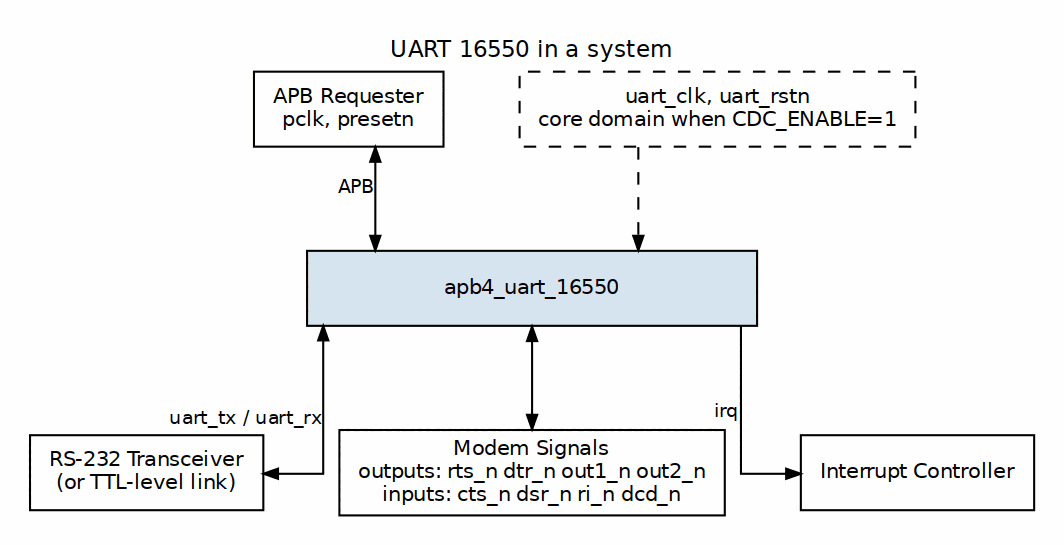
Before: projects/components/legacy-ip/retro_legacy_blocks/docs/uart_16550_mas/assets/graphviz/uart_system_context.png, a diagram exported from Graphviz (sean-galloway/RTLDesignSherpa). Its source is kept beside it as projects/components/legacy-ip/retro_legacy_blocks/docs/uart_16550_mas/assets/graphviz/uart_system_context.dot. Source of this version:
```dot
digraph uart_system_context {
    graph [rankdir=TB, bgcolor="white", fontname="Helvetica", fontsize=11, nodesep="0.5", ranksep="0.7", splines=ortho, newrank=true, labelloc=t, labeljust=c, pad="0.2", label="UART 16550 in a system"];
    node  [fontname="Helvetica", fontsize=10, shape=box, style=filled, fillcolor="#D6E4F0", color="black", margin="0.12,0.06"];
    edge  [fontname="Helvetica", fontsize=9, color="black", arrowsize=0.7];
    host [label="APB Requester\npclk, presetn", fillcolor="white"];
    clk  [label="uart_clk, uart_rstn\ncore domain when CDC_ENABLE=1", fillcolor="white", style="filled,dashed"];
    uart [label="apb4_uart_16550", width=3];
    xcvr [label="RS-232 Transceiver\n(or TTL-level link)", fillcolor="white"];
    modem [label="Modem Signals\noutputs: rts_n dtr_n out1_n out2_n\ninputs: cts_n dsr_n ri_n dcd_n", fillcolor="white"];
    ic   [label="Interrupt Controller", fillcolor="white"];
    host -> uart [dir=both, xlabel="APB"];
    clk  -> uart [style=dashed];
    uart -> xcvr [dir=both, xlabel="uart_tx / uart_rx"];
    uart -> modem [dir=both];
    uart -> ic   [xlabel="irq"];
    { rank=same; host; clk; }
    { rank=same; xcvr; modem; ic; }
}
```
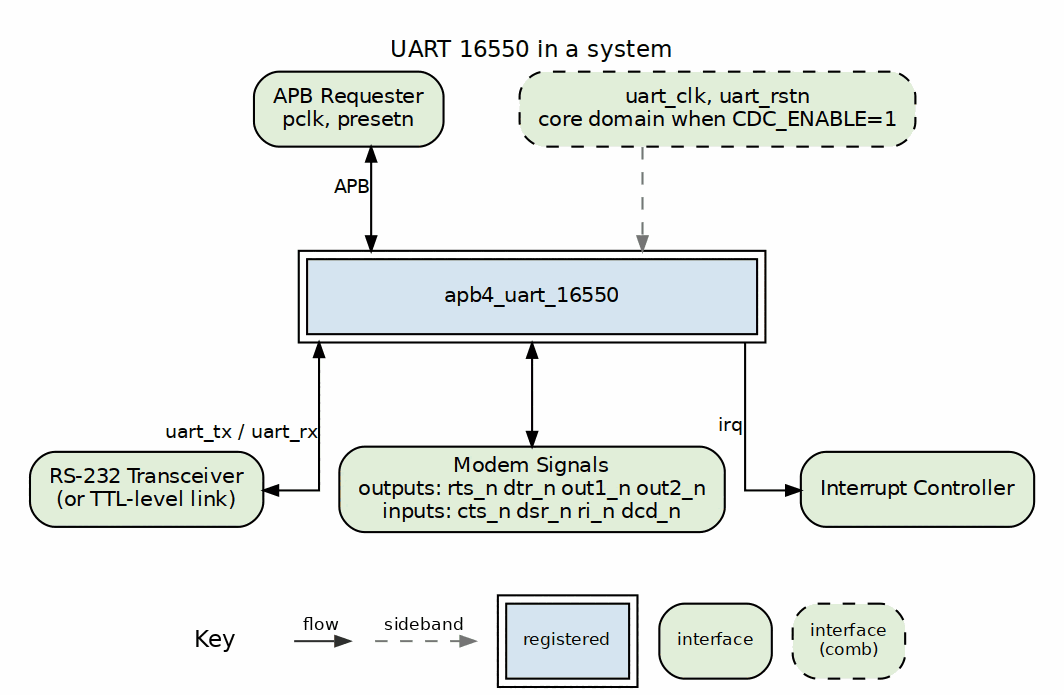
Later version of the same file.

What changed in the source:
```diff
@@ -1,15 +1,15 @@
 digraph uart_system_context {
     graph [rankdir=TB, bgcolor="white", fontname="Helvetica", fontsize=11, nodesep="0.5", ranksep="0.7", splines=ortho, newrank=true, labelloc=t, labeljust=c, pad="0.2", label="UART 16550 in a system"];
-    node  [fontname="Helvetica", fontsize=10, shape=box, style=filled, fillcolor="#D6E4F0", color="black", margin="0.12,0.06"];
+    node  [fontname="Helvetica", fontsize=10, shape=box, style=filled, fillcolor="white", color="black", margin="0.12,0.06"];
     edge  [fontname="Helvetica", fontsize=9, color="black", arrowsize=0.7];
-    host [label="APB Requester\npclk, presetn", fillcolor="white"];
-    clk  [label="uart_clk, uart_rstn\ncore domain when CDC_ENABLE=1", fillcolor="white", style="filled,dashed"];
-    uart [label="apb4_uart_16550", width=3];
-    xcvr [label="RS-232 Transceiver\n(or TTL-level link)", fillcolor="white"];
-    modem [label="Modem Signals\noutputs: rts_n dtr_n out1_n out2_n\ninputs: cts_n dsr_n ri_n dcd_n", fillcolor="white"];
-    ic   [label="Interrupt Controller", fillcolor="white"];
+    host [label="APB Requester\npclk, presetn", fillcolor="white", style="rounded,filled", fillcolor="#E2EFDA"];
+    clk  [label="uart_clk, uart_rstn\ncore domain when CDC_ENABLE=1", fillcolor="white", style="filled,dashed", style="rounded,filled,dashed", fillcolor="#E2EFDA"];
+    uart [label="apb4_uart_16550", width=3, peripheries=2, style="filled", fillcolor="#D6E4F0"];
+    xcvr [label="RS-232 Transceiver\n(or TTL-level link)", fillcolor="white", style="rounded,filled", fillcolor="#E2EFDA"];
+    modem [label="Modem Signals\noutputs: rts_n dtr_n out1_n out2_n\ninputs: cts_n dsr_n ri_n dcd_n", fillcolor="white", style="rounded,filled", fillcolor="#E2EFDA"];
+    ic   [label="Interrupt Controller", fillcolor="white", style="rounded,filled", fillcolor="#E2EFDA"];
     host -> uart [dir=both, xlabel="APB"];
-    clk  -> uart [style=dashed];
+    clk  -> uart [style=dashed, color="#777777"];
     uart -> xcvr [dir=both, xlabel="uart_tx / uart_rx"];
     uart -> modem [dir=both];
     uart -> ic   [xlabel="irq"];
```
